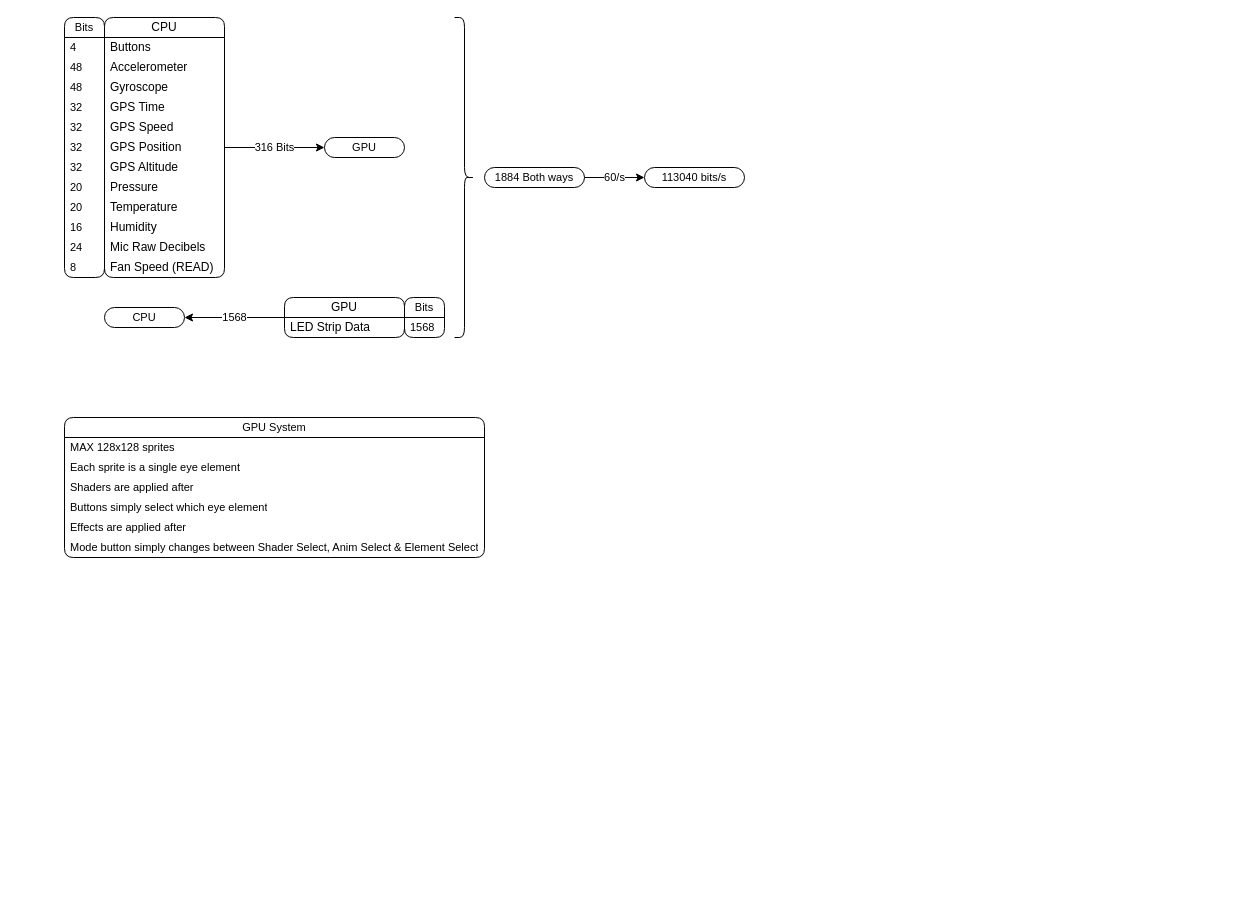
Above: page "Alpha Release Stack" (5 of 8) of Documents/Software Diagram (DX.3).drawio in Cyberspecies/Synth-Head (draw.io), before the change. Source tidied: cells renumbered, new cells numbered last; positions are measured from the earlier drawing's top-left corner, leaving out a move shared by most shapes. Both pictures are drawn from the tidied source at 100%, with x=0, y=0 at pixel (64, 17).
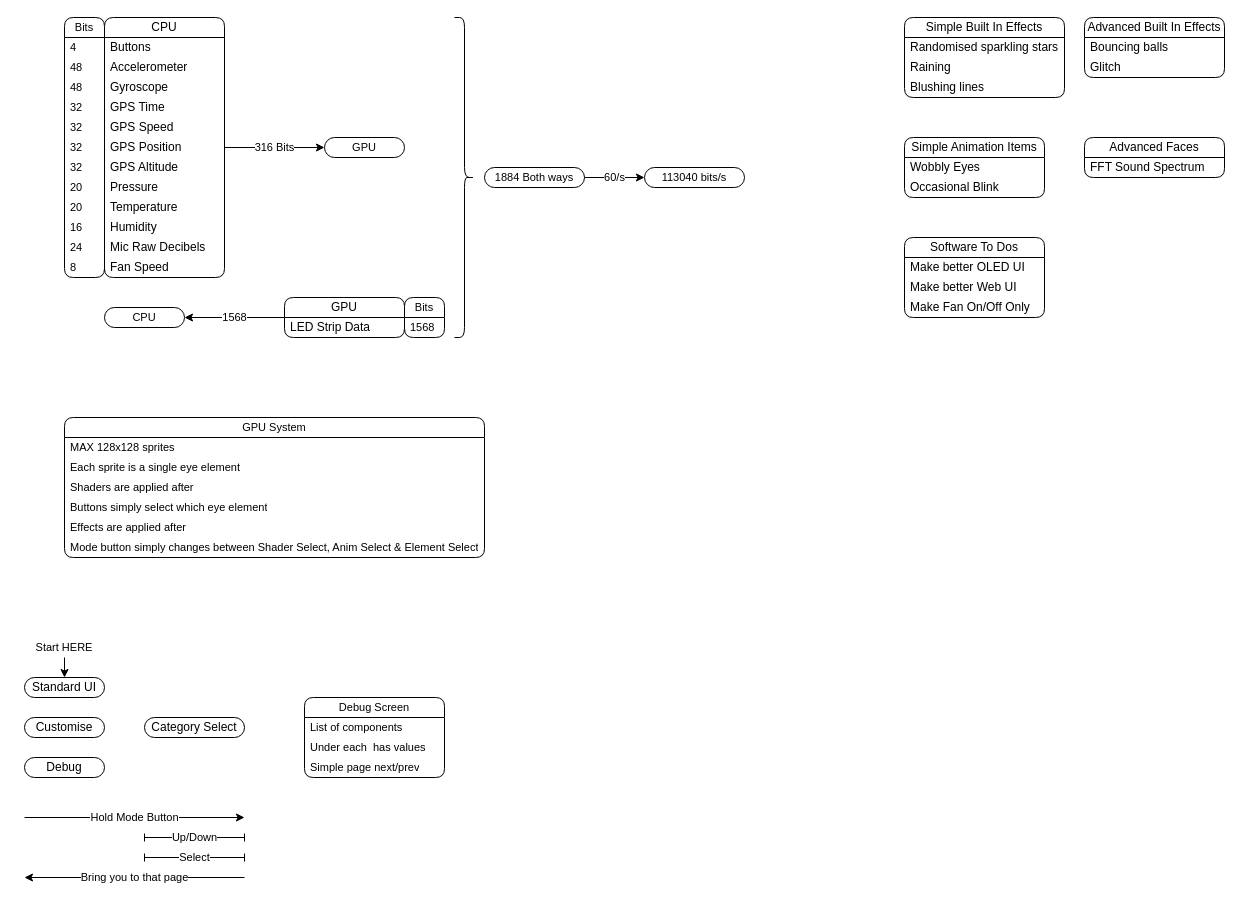
Above is the later version.

Commit message:
Added To Dos for release ready software

The change refers to these unchanged cells:
```xml
<mxCell id="3" value="CPU" style="swimlane;fontStyle=0;horizontal=1;startSize=20;whiteSpace=wrap;html=1;rounded=1;" parent="1" vertex="1">
  <mxGeometry x="40" width="120" height="260" as="geometry" />
</mxCell>
```

Diff of the diagram source:
```diff
@@
-    <mxCell id="15" value="Fan Speed (READ)" style="text;strokeColor=none;fillColor=none;align=left;verticalAlign=middle;spacingLeft=4;spacingRight=4;overflow=hidden;whiteSpace=wrap;html=1;" parent="3" vertex="1">
+    <mxCell id="15" value="Fan Speed" style="text;strokeColor=none;fillColor=none;align=left;verticalAlign=middle;spacingLeft=4;spacingRight=4;overflow=hidden;whiteSpace=wrap;html=1;" parent="3" vertex="1">
       <mxGeometry y="240" width="120" height="20" as="geometry" />
     </mxCell>
@@
+    <mxCell id="47" value="Standard UI" style="rounded=1;whiteSpace=wrap;html=1;absoluteArcSize=1;" parent="1" vertex="1">
+      <mxGeometry x="-40" y="660" width="80" height="20" as="geometry" />
+    </mxCell>
+    <mxCell id="48" value="Debug" style="rounded=1;whiteSpace=wrap;html=1;absoluteArcSize=1;" parent="1" vertex="1">
+      <mxGeometry x="-40" y="740" width="80" height="20" as="geometry" />
+    </mxCell>
+    <mxCell id="49" value="Customise" style="rounded=1;whiteSpace=wrap;html=1;absoluteArcSize=1;" parent="1" vertex="1">
+      <mxGeometry x="-40" y="700" width="80" height="20" as="geometry" />
+    </mxCell>
+    <mxCell id="50" style="edgeStyle=none;shape=connector;rounded=0;jettySize=auto;html=1;exitX=0.5;exitY=1;exitDx=0;exitDy=0;entryX=0.5;entryY=0;entryDx=0;entryDy=0;strokeColor=default;align=center;verticalAlign=middle;fontFamily=Helvetica;fontSize=11;fontColor=default;labelBackgroundColor=default;endArrow=classic;" parent="1" edge="1" source="51" target="47">
+      <mxGeometry relative="1" as="geometry" />
+    </mxCell>
+    <mxCell id="51" value="Start HERE" style="text;html=1;whiteSpace=wrap;strokeColor=none;fillColor=none;align=center;verticalAlign=middle;rounded=0;fontFamily=Helvetica;fontSize=11;fontColor=default;labelBackgroundColor=default;" parent="1" vertex="1">
+      <mxGeometry x="-30" y="620" width="60" height="20" as="geometry" />
+    </mxCell>
+    <mxCell id="52" value="Debug Screen" style="swimlane;fontStyle=0;horizontal=1;startSize=20;whiteSpace=wrap;html=1;rounded=1;fontFamily=Helvetica;fontSize=11;fontColor=default;labelBackgroundColor=default;" parent="1" vertex="1">
+      <mxGeometry x="240" y="680" width="140" height="80" as="geometry" />
+    </mxCell>
+    <mxCell id="53" value="List of components" style="text;strokeColor=none;fillColor=none;align=left;verticalAlign=middle;spacingLeft=4;spacingRight=4;overflow=hidden;whiteSpace=wrap;html=1;fontFamily=Helvetica;fontSize=11;fontColor=default;labelBackgroundColor=default;" parent="52" vertex="1">
+      <mxGeometry y="20" width="140" height="20" as="geometry" />
+    </mxCell>
+    <mxCell id="54" value="Under each&amp;nbsp; has values" style="text;strokeColor=none;fillColor=none;align=left;verticalAlign=middle;spacingLeft=4;spacingRight=4;overflow=hidden;whiteSpace=wrap;html=1;fontFamily=Helvetica;fontSize=11;fontColor=default;labelBackgroundColor=default;" parent="52" vertex="1">
+      <mxGeometry y="40" width="140" height="20" as="geometry" />
+    </mxCell>
+    <mxCell id="55" value="Simple page next/prev" style="text;strokeColor=none;fillColor=none;align=left;verticalAlign=middle;spacingLeft=4;spacingRight=4;overflow=hidden;whiteSpace=wrap;html=1;fontFamily=Helvetica;fontSize=11;fontColor=default;labelBackgroundColor=default;" parent="52" vertex="1">
+      <mxGeometry y="60" width="140" height="20" as="geometry" />
+    </mxCell>
+    <mxCell id="56" value="Category Select" style="rounded=1;whiteSpace=wrap;html=1;absoluteArcSize=1;" parent="1" vertex="1">
+      <mxGeometry x="80" y="700" width="100" height="20" as="geometry" />
+    </mxCell>
+    <mxCell id="57" value="Hold Mode Button" style="endArrow=classic;html=1;rounded=0;strokeColor=default;align=center;verticalAlign=middle;fontFamily=Helvetica;fontSize=11;fontColor=default;labelBackgroundColor=default;" parent="1" edge="1">
+      <mxGeometry relative="1" as="geometry">
+        <mxPoint x="-40" y="800" as="sourcePoint" />
+        <mxPoint x="180" y="800" as="targetPoint" />
+      </mxGeometry>
+    </mxCell>
+    <mxCell id="58" value="Up/Down" style="endArrow=baseDash;html=1;rounded=0;strokeColor=default;align=center;verticalAlign=middle;fontFamily=Helvetica;fontSize=11;fontColor=default;labelBackgroundColor=default;endFill=0;startArrow=baseDash;startFill=0;" parent="1" edge="1">
+      <mxGeometry relative="1" as="geometry">
+        <mxPoint x="80" y="820" as="sourcePoint" />
+        <mxPoint x="180" y="820" as="targetPoint" />
+      </mxGeometry>
+    </mxCell>
+    <mxCell id="59" value="Select" style="endArrow=baseDash;html=1;rounded=0;strokeColor=default;align=center;verticalAlign=middle;fontFamily=Helvetica;fontSize=11;fontColor=default;labelBackgroundColor=default;endFill=0;startArrow=baseDash;startFill=0;" parent="1" edge="1">
+      <mxGeometry relative="1" as="geometry">
+        <mxPoint x="80" y="840" as="sourcePoint" />
+        <mxPoint x="180" y="840" as="targetPoint" />
+      </mxGeometry>
+    </mxCell>
+    <mxCell id="60" value="Bring you to that page" style="endArrow=classic;html=1;rounded=0;strokeColor=default;align=center;verticalAlign=middle;fontFamily=Helvetica;fontSize=11;fontColor=default;labelBackgroundColor=default;" parent="1" edge="1">
+      <mxGeometry relative="1" as="geometry">
+        <mxPoint x="180" y="860" as="sourcePoint" />
+        <mxPoint x="-40" y="860" as="targetPoint" />
+      </mxGeometry>
+    </mxCell>
+    <mxCell id="61" value="Simple Built In Effects" style="swimlane;fontStyle=0;horizontal=1;startSize=20;whiteSpace=wrap;html=1;rounded=1;" parent="1" vertex="1">
+      <mxGeometry x="840" width="160" height="80" as="geometry" />
+    </mxCell>
+    <mxCell id="62" value="Randomised sparkling stars" style="text;strokeColor=none;fillColor=none;align=left;verticalAlign=middle;spacingLeft=4;spacingRight=4;overflow=hidden;whiteSpace=wrap;html=1;" parent="61" vertex="1">
+      <mxGeometry y="20" width="160" height="20" as="geometry" />
+    </mxCell>
+    <mxCell id="63" value="Raining" style="text;strokeColor=none;fillColor=none;align=left;verticalAlign=middle;spacingLeft=4;spacingRight=4;overflow=hidden;whiteSpace=wrap;html=1;" parent="61" vertex="1">
+      <mxGeometry y="40" width="160" height="20" as="geometry" />
+    </mxCell>
+    <mxCell id="64" value="Blushing lines" style="text;strokeColor=none;fillColor=none;align=left;verticalAlign=middle;spacingLeft=4;spacingRight=4;overflow=hidden;whiteSpace=wrap;html=1;" parent="61" vertex="1">
+      <mxGeometry y="60" width="160" height="20" as="geometry" />
+    </mxCell>
+    <mxCell id="65" value="Advanced Built In Effects" style="swimlane;fontStyle=0;horizontal=1;startSize=20;whiteSpace=wrap;html=1;rounded=1;" parent="1" vertex="1">
+      <mxGeometry x="1020" width="140" height="60" as="geometry" />
+    </mxCell>
+    <mxCell id="66" value="Bouncing balls" style="text;strokeColor=none;fillColor=none;align=left;verticalAlign=middle;spacingLeft=4;spacingRight=4;overflow=hidden;whiteSpace=wrap;html=1;" parent="65" vertex="1">
+      <mxGeometry y="20" width="140" height="20" as="geometry" />
+    </mxCell>
+    <mxCell id="67" value="Glitch" style="text;strokeColor=none;fillColor=none;align=left;verticalAlign=middle;spacingLeft=4;spacingRight=4;overflow=hidden;whiteSpace=wrap;html=1;" parent="65" vertex="1">
+      <mxGeometry y="40" width="140" height="20" as="geometry" />
+    </mxCell>
+    <mxCell id="68" value="Simple Animation Items" style="swimlane;fontStyle=0;horizontal=1;startSize=20;whiteSpace=wrap;html=1;rounded=1;" parent="1" vertex="1">
+      <mxGeometry x="840" y="120" width="140" height="60" as="geometry" />
+    </mxCell>
+    <mxCell id="69" value="Wobbly Eyes" style="text;strokeColor=none;fillColor=none;align=left;verticalAlign=middle;spacingLeft=4;spacingRight=4;overflow=hidden;whiteSpace=wrap;html=1;" parent="68" vertex="1">
+      <mxGeometry y="20" width="140" height="20" as="geometry" />
+    </mxCell>
+    <mxCell id="70" value="Occasional Blink" style="text;strokeColor=none;fillColor=none;align=left;verticalAlign=middle;spacingLeft=4;spacingRight=4;overflow=hidden;whiteSpace=wrap;html=1;" parent="68" vertex="1">
+      <mxGeometry y="40" width="140" height="20" as="geometry" />
+    </mxCell>
+    <mxCell id="71" value="Software To Dos" style="swimlane;fontStyle=0;horizontal=1;startSize=20;whiteSpace=wrap;html=1;rounded=1;" parent="1" vertex="1">
+      <mxGeometry x="840" y="220" width="140" height="80" as="geometry" />
+    </mxCell>
+    <mxCell id="72" value="Make better OLED UI" style="text;strokeColor=none;fillColor=none;align=left;verticalAlign=middle;spacingLeft=4;spacingRight=4;overflow=hidden;whiteSpace=wrap;html=1;" parent="71" vertex="1">
+      <mxGeometry y="20" width="140" height="20" as="geometry" />
+    </mxCell>
+    <mxCell id="73" value="Make better Web UI" style="text;strokeColor=none;fillColor=none;align=left;verticalAlign=middle;spacingLeft=4;spacingRight=4;overflow=hidden;whiteSpace=wrap;html=1;" parent="71" vertex="1">
+      <mxGeometry y="40" width="140" height="20" as="geometry" />
+    </mxCell>
+    <mxCell id="74" value="Make Fan On/Off Only" style="text;strokeColor=none;fillColor=none;align=left;verticalAlign=middle;spacingLeft=4;spacingRight=4;overflow=hidden;whiteSpace=wrap;html=1;" parent="71" vertex="1">
+      <mxGeometry y="60" width="140" height="20" as="geometry" />
+    </mxCell>
+    <mxCell id="75" value="Advanced Faces" style="swimlane;fontStyle=0;horizontal=1;startSize=20;whiteSpace=wrap;html=1;rounded=1;" parent="1" vertex="1">
+      <mxGeometry x="1020" y="120" width="140" height="40" as="geometry" />
+    </mxCell>
+    <mxCell id="76" value="FFT Sound Spectrum" style="text;strokeColor=none;fillColor=none;align=left;verticalAlign=middle;spacingLeft=4;spacingRight=4;overflow=hidden;whiteSpace=wrap;html=1;" parent="75" vertex="1">
+      <mxGeometry y="20" width="140" height="20" as="geometry" />
+    </mxCell>
```
